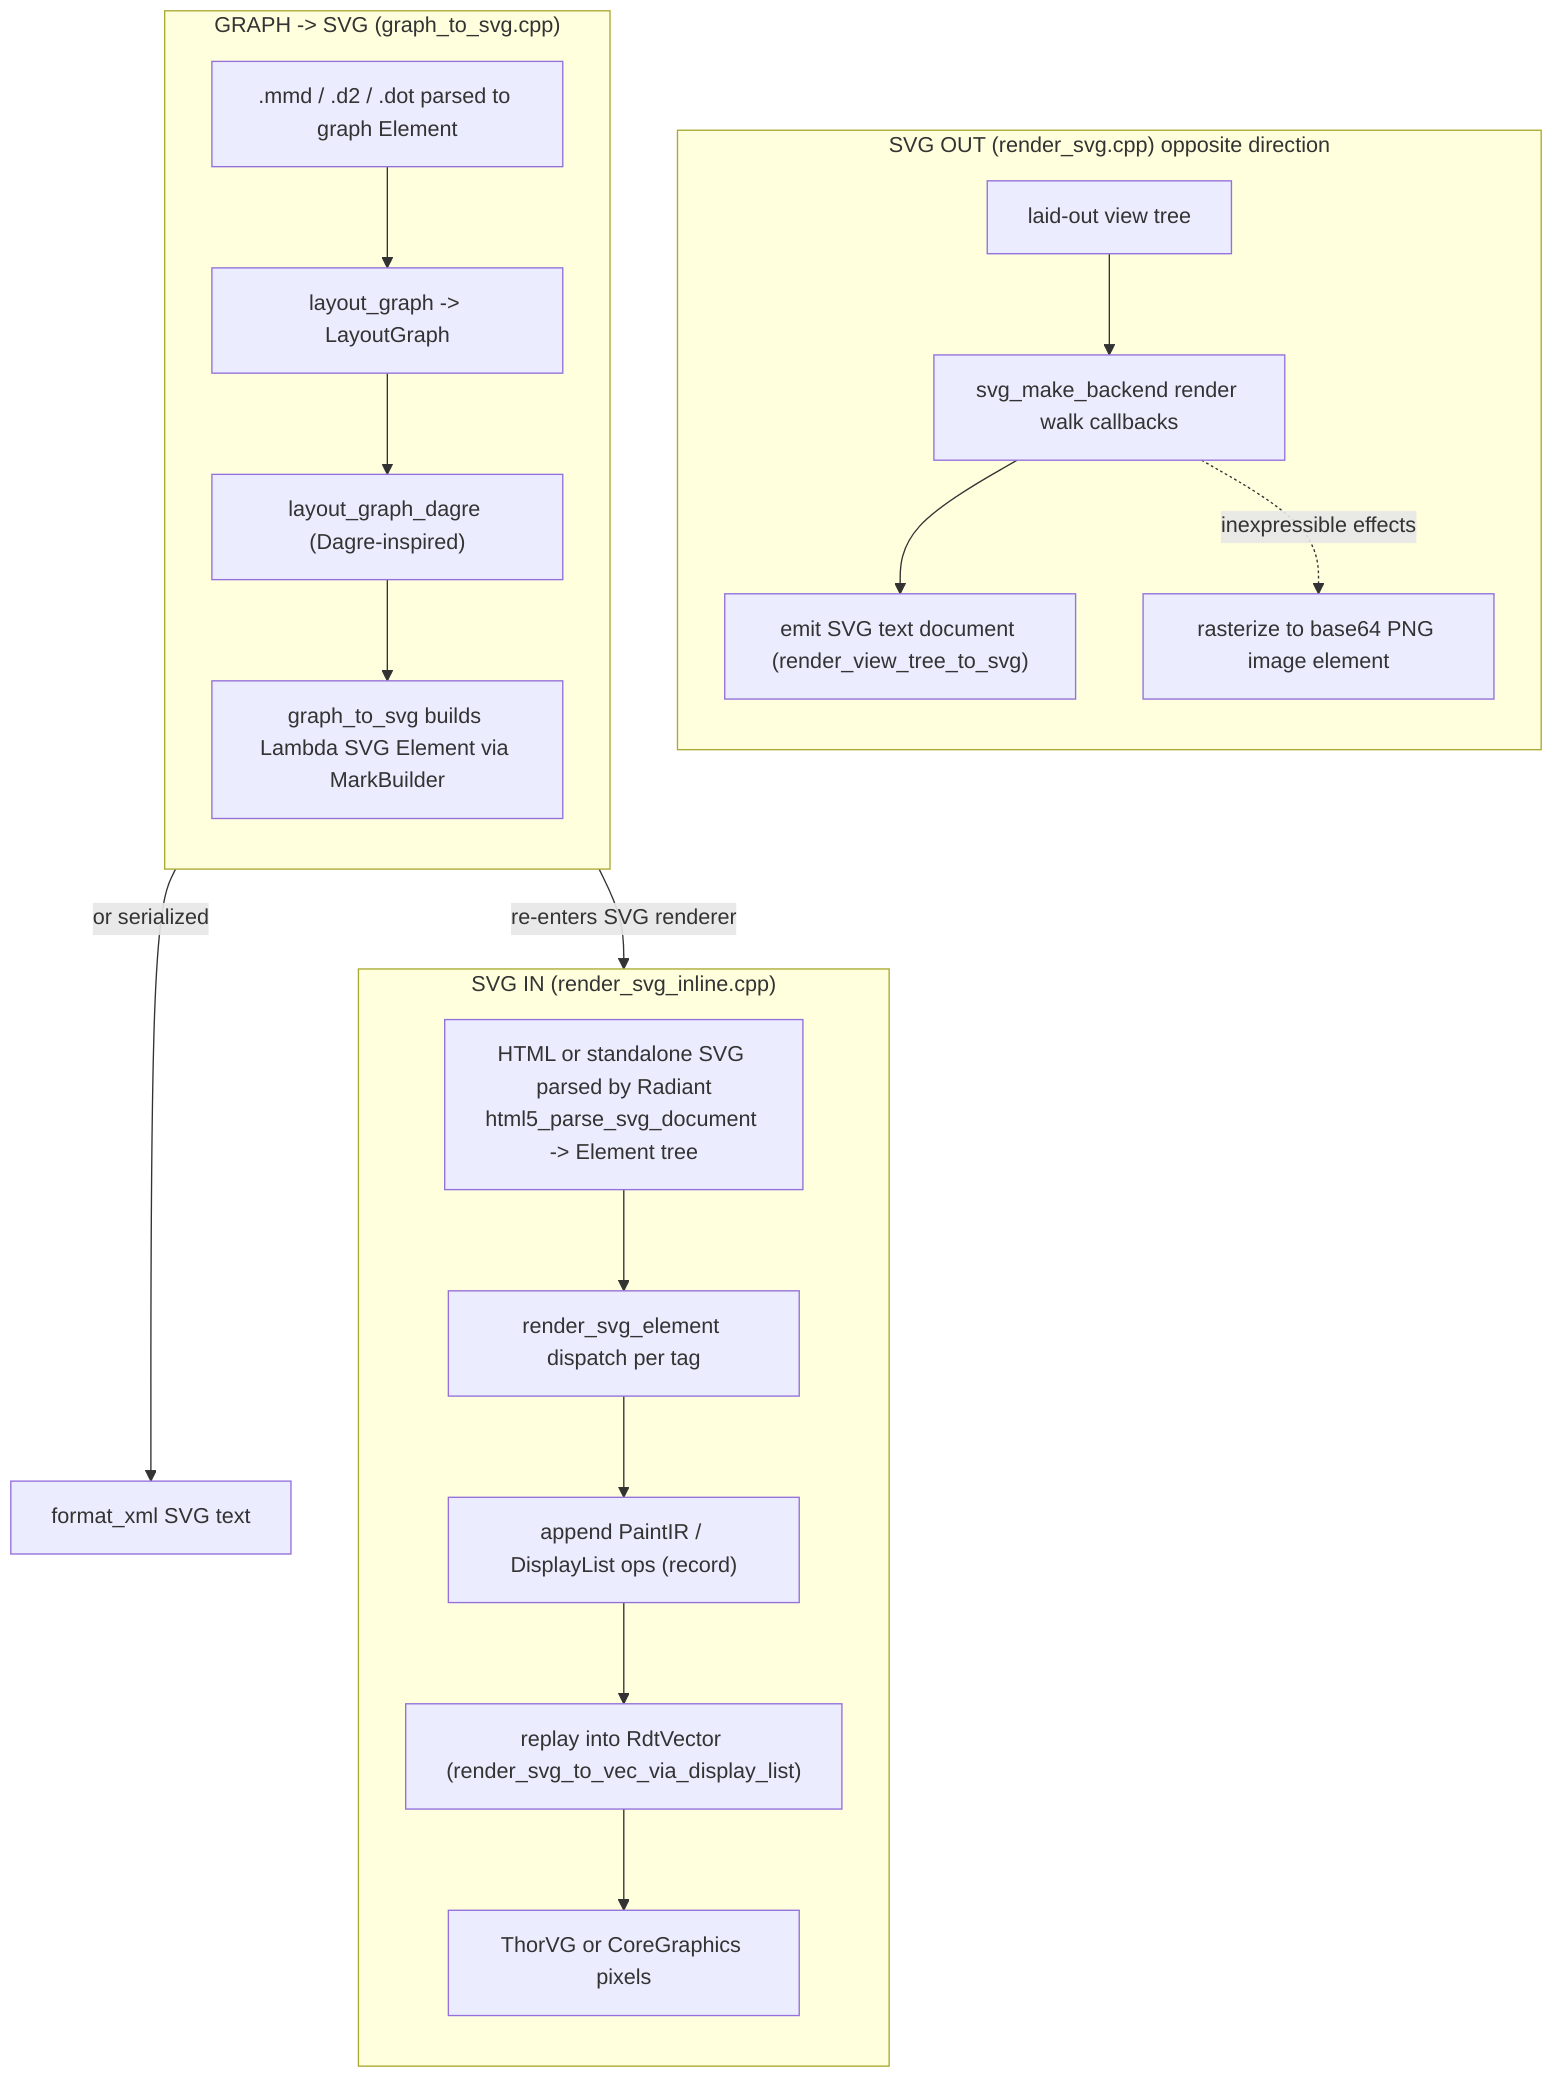
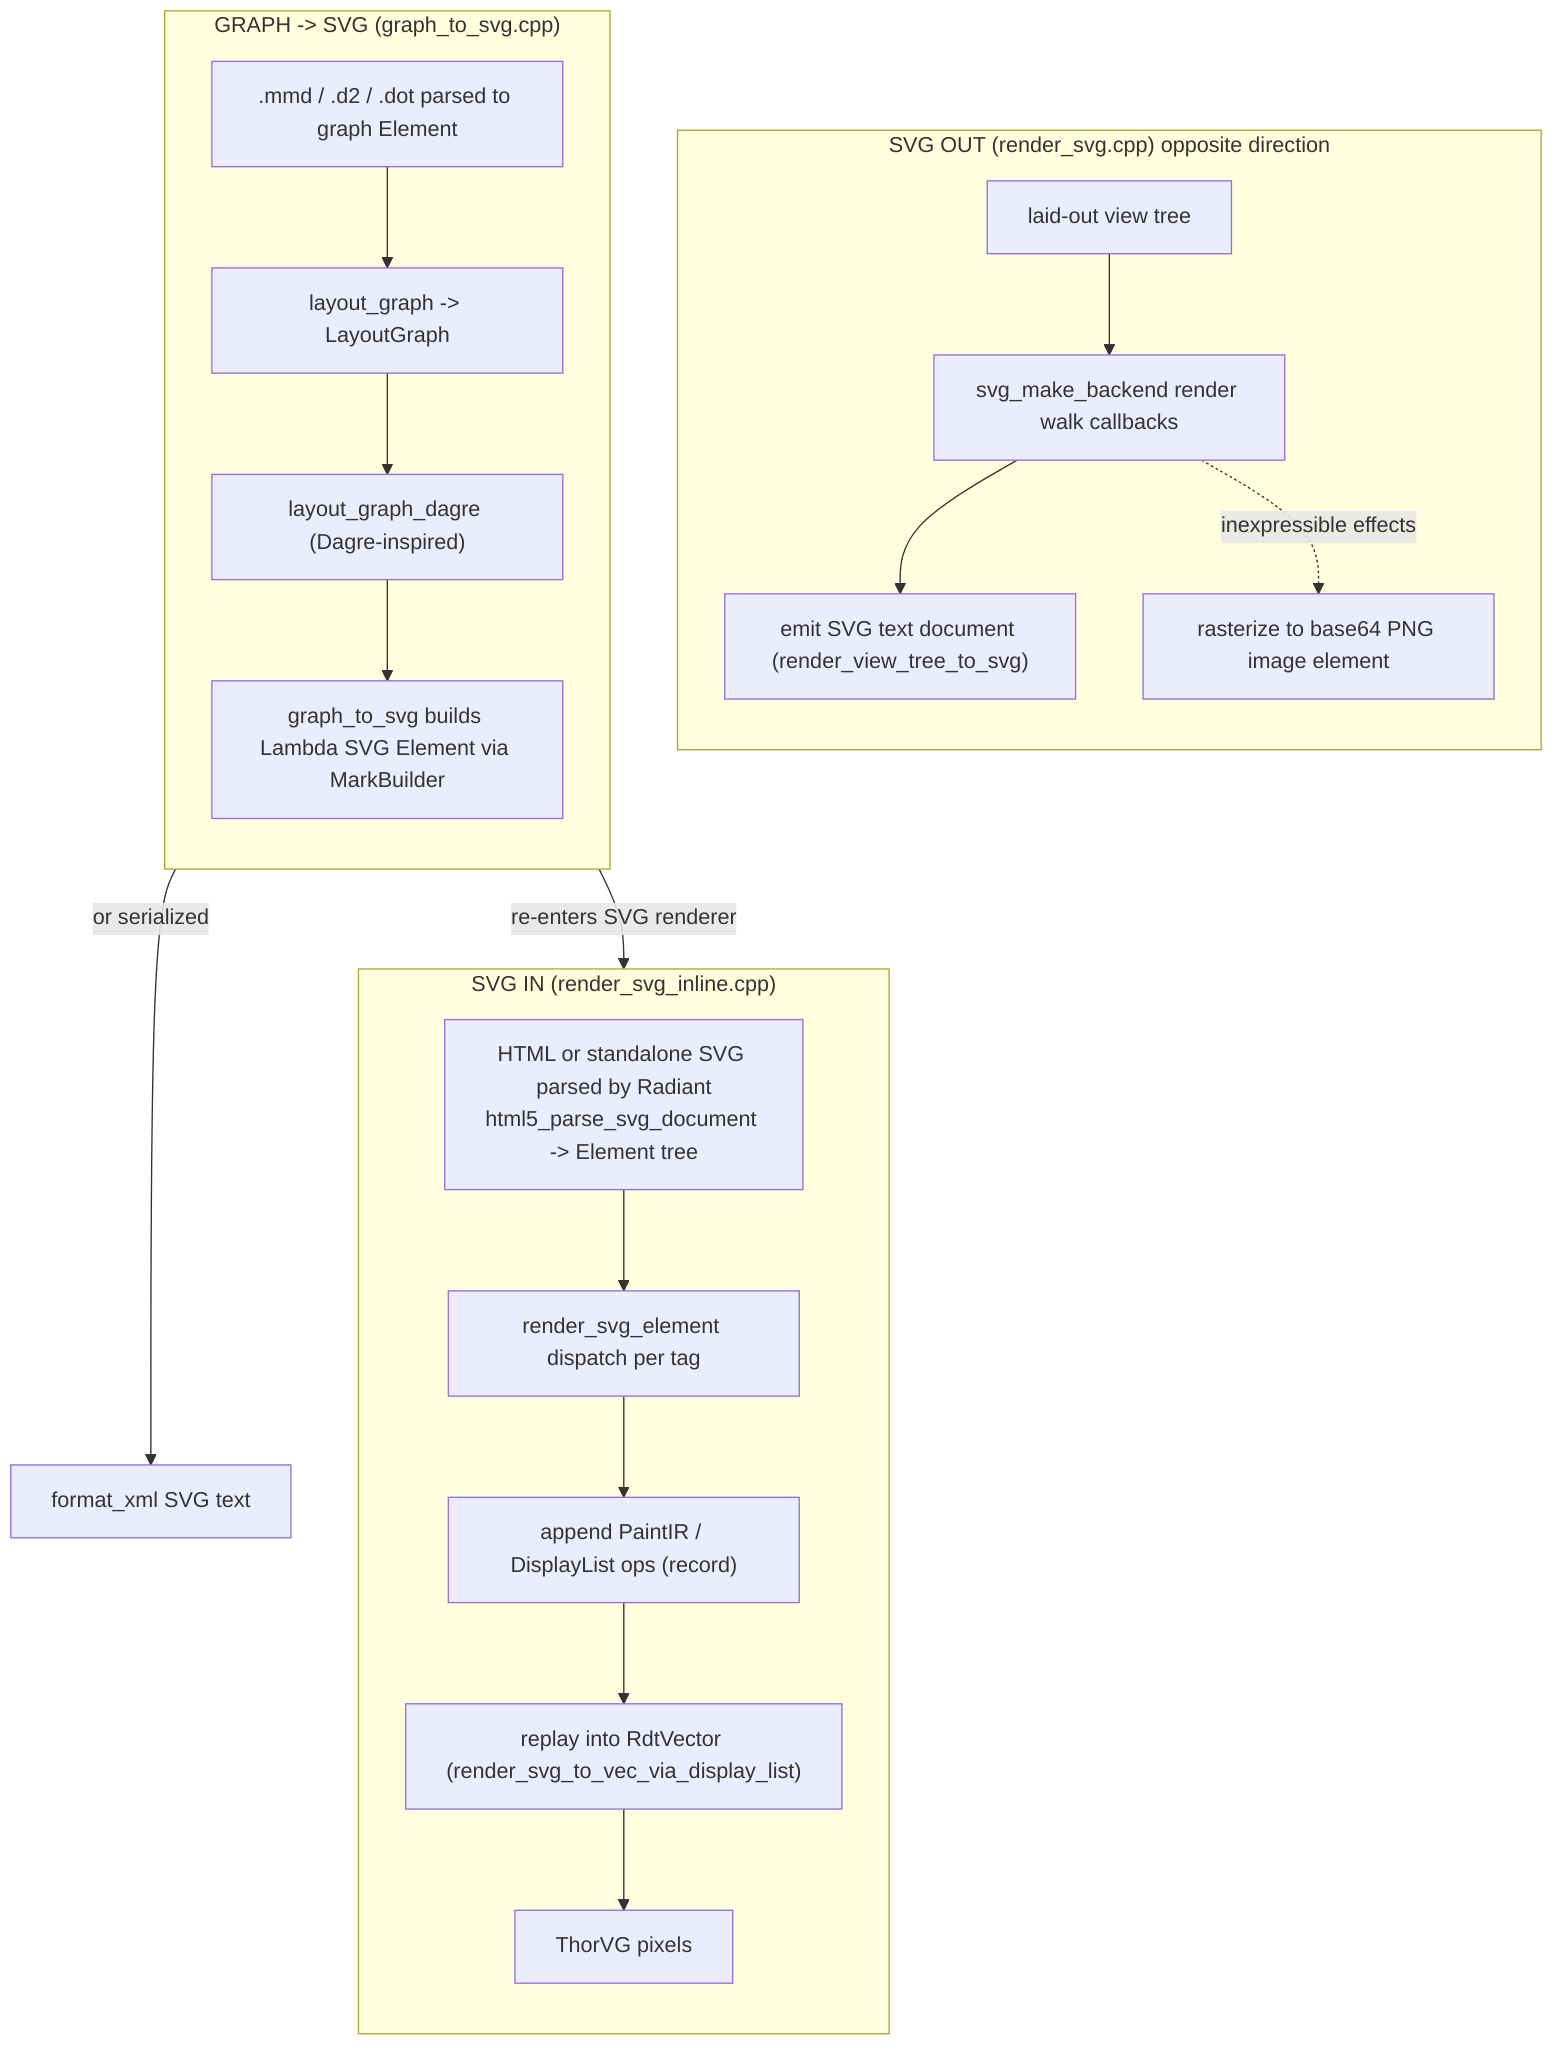
flowchart TB
    subgraph IN["SVG IN (render_svg_inline.cpp)"]
        direction TB
        H["HTML or standalone SVG parsed by Radiant<br/>html5_parse_svg_document -> Element tree"]
        H --> RE["render_svg_element dispatch per tag"]
        RE --> PIR["append PaintIR / DisplayList ops (record)"]
        PIR --> RP["replay into RdtVector (render_svg_to_vec_via_display_list)"]
-         RP --> BK["ThorVG or CoreGraphics pixels"]
+         RP --> BK["ThorVG pixels"]
    end

    subgraph OUT["SVG OUT (render_svg.cpp) opposite direction"]
        direction TB
        VT["laid-out view tree"]
        VT --> RB["svg_make_backend render walk callbacks"]
        RB --> TXT["emit SVG text document (render_view_tree_to_svg)"]
        RB -. "inexpressible effects" .-> RAST["rasterize to base64 PNG image element"]
    end

    subgraph GRAPH["GRAPH -> SVG (graph_to_svg.cpp)"]
        direction TB
        MMD[".mmd / .d2 / .dot parsed to graph Element"]
        MMD --> LG["layout_graph -> LayoutGraph"]
        LG --> DG["layout_graph_dagre (Dagre-inspired)"]
        DG --> GS["graph_to_svg builds Lambda SVG Element via MarkBuilder"]
    end

    GS -->|re-enters SVG renderer| RE
    GS -->|or serialized| FMT["format_xml SVG text"]
